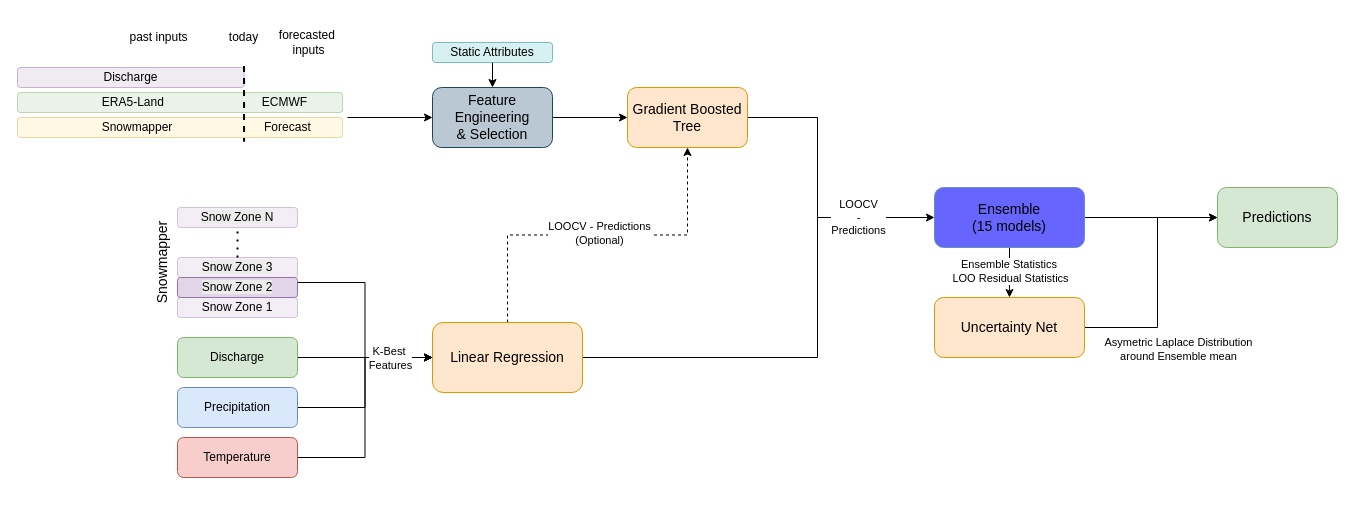
The draw.io diagram docs/Monthly_Workflow_updated.drawio in hydrosolutions/long-term-forecasting, before the edit. Source tidied: cells renumbered, new cells numbered last; positions are measured from the earlier drawing's top-left corner, leaving out a move shared by most shapes. Both pictures are drawn from the tidied source at 100%, with x=0, y=0 at pixel (17, 17).
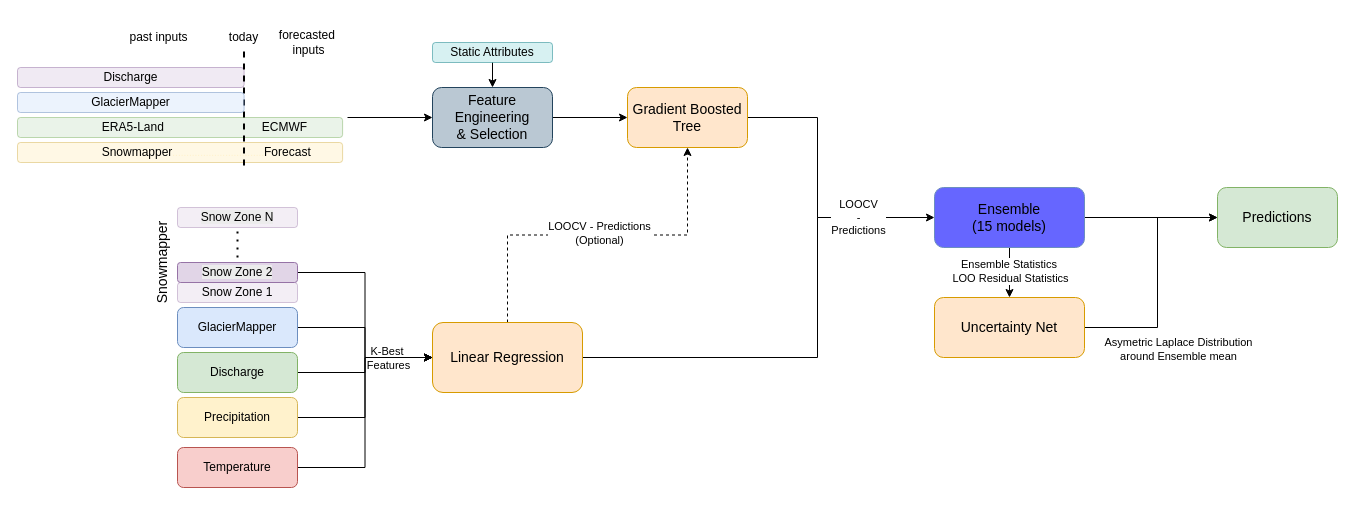
The same diagram, later.

Unchanged cells that the change refers to:
```xml
<mxCell id="3" value="&lt;span style=&quot;color: rgb(0, 0, 0); font-family: Helvetica; font-size: 12px; font-style: normal; font-variant-ligatures: normal; font-variant-caps: normal; font-weight: 400; letter-spacing: normal; orphans: 2; text-align: center; text-indent: 0px; text-transform: none; widows: 2; word-spacing: 0px; -webkit-text-stroke-width: 0px; white-space: normal; background-color: rgb(236, 236, 236); text-decoration-thickness: initial; text-decoration-style: initial; text-decoration-color: initial; float: none; display: inline !important;&quot;&gt;Snow Zone N&lt;/span&gt;" style="rounded=1;whiteSpace=wrap;html=1;fillColor=#e1d5e7;strokeColor=#9673a6;opacity=40;" parent="1" vertex="1">
  <mxGeometry x="160" y="190" width="120" height="20" as="geometry" />
</mxCell>
<mxCell id="18" value="&lt;font style=&quot;font-size: 14px;&quot;&gt;Linear Regression&lt;/font&gt;" style="rounded=1;whiteSpace=wrap;html=1;fillColor=#ffe6cc;strokeColor=#d79b00;" parent="1" vertex="1">
  <mxGeometry x="415" y="305" width="150" height="70" as="geometry" />
</mxCell>
<mxCell id="24" style="group;strokeColor=none;rounded=1;rotation=0;" parent="1" vertex="1">
  <mxGeometry y="25" width="330" height="150" as="geometry" />
</mxCell>
```

Diff of the diagram source:
```diff
@@
     <mxCell id="2" value="Snow Zone 1" style="rounded=1;whiteSpace=wrap;html=1;fillColor=#e1d5e7;strokeColor=#9673a6;opacity=40;" parent="1" vertex="1">
-      <mxGeometry x="160" y="280" width="120" height="20" as="geometry" />
+      <mxGeometry x="160" y="265" width="120" height="20" as="geometry" />
     </mxCell>
@@
-    <mxCell id="4" value="&lt;span style=&quot;color: rgb(0, 0, 0); font-family: Helvetica; font-size: 12px; font-style: normal; font-variant-ligatures: normal; font-variant-caps: normal; font-weight: 400; letter-spacing: normal; orphans: 2; text-align: center; text-indent: 0px; text-transform: none; widows: 2; word-spacing: 0px; -webkit-text-stroke-width: 0px; white-space: normal; background-color: rgb(236, 236, 236); text-decoration-thickness: initial; text-decoration-style: initial; text-decoration-color: initial; float: none; display: inline !important;&quot;&gt;Snow Zone 3&lt;/span&gt;" style="rounded=1;whiteSpace=wrap;html=1;fillColor=#e1d5e7;strokeColor=#9673a6;opacity=40;" parent="1" vertex="1">
-      <mxGeometry x="160" y="240" width="120" height="20" as="geometry" />
-    </mxCell>
-    <mxCell id="5" style="edgeStyle=orthogonalEdgeStyle;rounded=0;jettySize=auto;html=1;exitX=1;exitY=0.25;exitDx=0;exitDy=0;entryX=0;entryY=0.5;entryDx=0;entryDy=0;" parent="1" edge="1" source="6" target="18">
+    <mxCell id="5" style="edgeStyle=orthogonalEdgeStyle;rounded=0;jettySize=auto;html=1;exitX=1;exitY=0.5;exitDx=0;exitDy=0;entryX=0;entryY=0.5;entryDx=0;entryDy=0;" parent="1" edge="1" source="6" target="18">
       <mxGeometry relative="1" as="geometry" />
     </mxCell>
     <mxCell id="6" value="&lt;span style=&quot;color: rgb(0, 0, 0); font-family: Helvetica; font-size: 12px; font-style: normal; font-variant-ligatures: normal; font-variant-caps: normal; font-weight: 400; letter-spacing: normal; orphans: 2; text-align: center; text-indent: 0px; text-transform: none; widows: 2; word-spacing: 0px; -webkit-text-stroke-width: 0px; white-space: normal; background-color: rgb(236, 236, 236); text-decoration-thickness: initial; text-decoration-style: initial; text-decoration-color: initial; float: none; display: inline !important;&quot;&gt;Snow Zone 2&lt;/span&gt;" style="rounded=1;whiteSpace=wrap;html=1;fillColor=#e1d5e7;strokeColor=#9673a6;" parent="1" vertex="1">
-      <mxGeometry x="160" y="260" width="120" height="20" as="geometry" />
+      <mxGeometry x="160" y="245" width="120" height="20" as="geometry" />
     </mxCell>
-    <mxCell id="7" style="endArrow=none;dashed=1;html=1;dashPattern=1 3;strokeWidth=2;rounded=0;exitX=0.5;exitY=0;exitDx=0;exitDy=0;entryX=0.5;entryY=1;entryDx=0;entryDy=0;" parent="1" edge="1" source="4" target="3">
-      <mxGeometry relative="1" as="geometry" />
+    <mxCell id="7" style="endArrow=none;dashed=1;html=1;dashPattern=1 3;strokeWidth=2;rounded=0;exitX=0.5;exitY=0;exitDx=0;exitDy=0;entryX=0.5;entryY=1;entryDx=0;entryDy=0;" parent="1" edge="1" target="3">
+      <mxGeometry relative="1" as="geometry">
+        <mxPoint x="220" y="240" as="sourcePoint" />
+      </mxGeometry>
     </mxCell>
@@
     <mxCell id="9" value="Discharge" style="rounded=1;whiteSpace=wrap;html=1;fillColor=#d5e8d4;strokeColor=#82b366;" parent="1" vertex="1">
-      <mxGeometry x="160" y="320" width="120" height="40" as="geometry" />
+      <mxGeometry x="160" y="335" width="120" height="40" as="geometry" />
     </mxCell>
-    <mxCell id="10" style="edgeStyle=orthogonalEdgeStyle;rounded=0;jettySize=auto;html=1;" parent="1" edge="1" source="11" target="18">
+    <mxCell id="10" style="edgeStyle=orthogonalEdgeStyle;rounded=0;jettySize=auto;html=1;entryX=0;entryY=0.5;entryDx=0;entryDy=0;" parent="1" edge="1" source="11" target="18">
       <mxGeometry relative="1" as="geometry" />
     </mxCell>
-    <mxCell id="11" value="Precipitation" style="rounded=1;whiteSpace=wrap;html=1;fillColor=#dae8fc;strokeColor=#6c8ebf;" parent="1" vertex="1">
-      <mxGeometry x="160" y="370" width="120" height="40" as="geometry" />
+    <mxCell id="11" value="Precipitation" style="rounded=1;whiteSpace=wrap;html=1;fillColor=#fff2cc;strokeColor=#d6b656;" parent="1" vertex="1">
+      <mxGeometry x="160" y="380" width="120" height="40" as="geometry" />
     </mxCell>
@@
     <mxCell id="14" value="Temperature" style="rounded=1;whiteSpace=wrap;html=1;fillColor=#f8cecc;strokeColor=#b85450;" parent="1" vertex="1">
-      <mxGeometry x="160" y="420" width="120" height="40" as="geometry" />
+      <mxGeometry x="160" y="430" width="120" height="40" as="geometry" />
     </mxCell>
@@
     <mxCell id="26" value="&lt;span style=&quot;white-space: pre;&quot;&gt;&#9;&lt;/span&gt;&lt;span style=&quot;white-space: pre;&quot;&gt;&#9;&lt;/span&gt;ERA5-Land&amp;nbsp;&lt;span style=&quot;white-space: pre;&quot;&gt;&#9;&lt;/span&gt;&lt;span style=&quot;white-space: pre;&quot;&gt;&#9;&lt;/span&gt;&lt;span style=&quot;white-space: pre;&quot;&gt;&#9;&lt;/span&gt;&lt;span style=&quot;white-space: pre;&quot;&gt;&#9;&lt;/span&gt;ECMWF&amp;nbsp;" style="rounded=1;whiteSpace=wrap;html=1;fillColor=#d5e8d4;strokeColor=#82b366;opacity=50;rotation=0;" parent="24" vertex="1">
-      <mxGeometry y="50" width="325.1" height="20" as="geometry" />
+      <mxGeometry y="75" width="325.1" height="20" as="geometry" />
     </mxCell>
     <mxCell id="27" value="&lt;span style=&quot;white-space: pre;&quot;&gt;&#9;&lt;/span&gt;&lt;span style=&quot;white-space: pre;&quot;&gt;&#9;&lt;/span&gt;Snowmapper&lt;font style=&quot;font-size: 10px;&quot; color=&quot;#fff2cc&quot;&gt;.................................&lt;/font&gt;Forecast" style="rounded=1;whiteSpace=wrap;html=1;fillColor=#fff2cc;strokeColor=#d6b656;opacity=50;rotation=0;" parent="24" vertex="1">
-      <mxGeometry y="75" width="325.1" height="20" as="geometry" />
+      <mxGeometry y="100" width="325.1" height="20" as="geometry" />
     </mxCell>
     <mxCell id="28" style="line;strokeWidth=2;html=1;rotation=90;dashed=1;" parent="24" vertex="1">
-      <mxGeometry x="188.7" y="56.3" width="75.7" height="10" as="geometry" />
+      <mxGeometry x="167.2" y="63.2" width="118.6" height="10" as="geometry" />
     </mxCell>
+    <mxCell id="44" value="GlacierMapper" style="rounded=1;whiteSpace=wrap;html=1;fillColor=#dae8fc;strokeColor=#6c8ebf;opacity=50;rotation=0;" parent="24" vertex="1">
+      <mxGeometry y="50" width="226.6" height="20" as="geometry" />
+    </mxCell>
@@
+    <mxCell id="45" style="edgeStyle=orthogonalEdgeStyle;rounded=0;jettySize=auto;html=1;exitX=1;exitY=0.5;exitDx=0;exitDy=0;entryX=0;entryY=0.5;entryDx=0;entryDy=0;" parent="1" edge="1" source="46" target="18">
+      <mxGeometry relative="1" as="geometry" />
+    </mxCell>
+    <mxCell id="46" value="GlacierMapper" style="rounded=1;whiteSpace=wrap;html=1;fillColor=#dae8fc;strokeColor=#6c8ebf;" parent="1" vertex="1">
+      <mxGeometry x="160" y="290" width="120" height="40" as="geometry" />
+    </mxCell>
```
